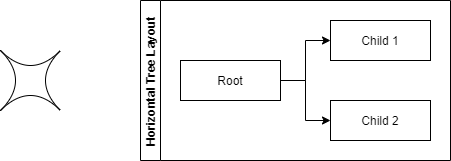
Earlier version of the draw.io export test.drawio.png (Hanochliu323/MyDiagrams). Source tidied: cells renumbered, new cells last; positions are measured from the earlier drawing's top-left corner, leaving out a move shared by most shapes.
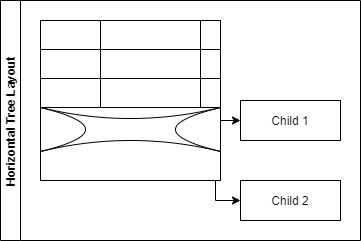
Above is the later version.

The edit, as a diff of the source:
```diff
@@ -2,26 +2,77 @@
   <root>
     <mxCell id="0" />
     <mxCell id="1" parent="0" />
-    <mxCell id="2" style="shape=switch;whiteSpace=wrap;html=1;" parent="1" vertex="1">
-      <mxGeometry y="50" width="60" height="60" as="geometry" />
-    </mxCell>
     <mxCell id="3" value="Horizontal Tree Layout" style="swimlane;startSize=20;horizontal=0;horizontalTree=1;containerType=tree;" parent="1" vertex="1">
-      <mxGeometry x="140" width="310" height="160" as="geometry" />
+      <mxGeometry x="140" width="360" height="240" as="geometry" />
     </mxCell>
     <mxCell id="4" value="Root" style="whiteSpace=wrap;html=1;" parent="3" vertex="1">
-      <mxGeometry x="40" y="60" width="100" height="40" as="geometry" />
+      <mxGeometry x="90" y="140" width="100" height="40" as="geometry" />
     </mxCell>
     <mxCell id="5" value="Child 1" style="whiteSpace=wrap;html=1;" parent="3" vertex="1">
-      <mxGeometry x="190" y="20" width="100" height="40" as="geometry" />
+      <mxGeometry x="240" y="100" width="100" height="40" as="geometry" />
     </mxCell>
     <mxCell id="6" style="edgeStyle=elbowEdgeStyle;elbow=horizontal;html=1;rounded=0;" parent="3" edge="1" source="4" target="5">
       <mxGeometry relative="1" as="geometry" />
     </mxCell>
     <mxCell id="7" value="Child 2" style="whiteSpace=wrap;html=1;" parent="3" vertex="1">
-      <mxGeometry x="190" y="100" width="100" height="40" as="geometry" />
+      <mxGeometry x="240" y="180" width="100" height="40" as="geometry" />
     </mxCell>
     <mxCell id="8" style="edgeStyle=elbowEdgeStyle;elbow=horizontal;html=1;rounded=0;" parent="3" edge="1" source="4" target="7">
       <mxGeometry relative="1" as="geometry" />
     </mxCell>
+    <mxCell id="9" style="shape=table;startSize=0;" parent="3" vertex="1">
+      <mxGeometry x="40" y="20" width="180" height="160" as="geometry" />
+    </mxCell>
+    <mxCell id="10" style="shape=partialRectangle;fillColor=none;top=0;left=0;bottom=0;right=0;" parent="9" vertex="1">
+      <mxGeometry width="180" height="29" as="geometry" />
+    </mxCell>
+    <mxCell id="11" style="shape=partialRectangle;html=1;whiteSpace=wrap;overflow=hidden;fillColor=none;top=0;left=0;bottom=0;right=0;" parent="10" vertex="1">
+      <mxGeometry width="60" height="29" as="geometry" />
+    </mxCell>
+    <mxCell id="12" style="shape=partialRectangle;html=1;whiteSpace=wrap;overflow=hidden;fillColor=none;top=0;left=0;bottom=0;right=0;" parent="10" vertex="1">
+      <mxGeometry x="60" width="100" height="29" as="geometry" />
+    </mxCell>
+    <mxCell id="13" style="shape=partialRectangle;html=1;whiteSpace=wrap;overflow=hidden;fillColor=none;top=0;left=0;bottom=0;right=0;" parent="10" vertex="1">
+      <mxGeometry x="160" width="20" height="29" as="geometry" />
+    </mxCell>
+    <mxCell id="14" style="shape=partialRectangle;fillColor=none;top=0;left=0;bottom=0;right=0;" parent="9" vertex="1">
+      <mxGeometry y="29" width="180" height="29" as="geometry" />
+    </mxCell>
+    <mxCell id="15" style="shape=partialRectangle;html=1;whiteSpace=wrap;overflow=hidden;fillColor=none;top=0;left=0;bottom=0;right=0;" parent="14" vertex="1">
+      <mxGeometry width="60" height="29" as="geometry" />
+    </mxCell>
+    <mxCell id="16" style="shape=partialRectangle;html=1;whiteSpace=wrap;overflow=hidden;fillColor=none;top=0;left=0;bottom=0;right=0;" parent="14" vertex="1">
+      <mxGeometry x="60" width="100" height="29" as="geometry" />
+    </mxCell>
+    <mxCell id="17" style="shape=partialRectangle;html=1;whiteSpace=wrap;overflow=hidden;fillColor=none;top=0;left=0;bottom=0;right=0;" parent="14" vertex="1">
+      <mxGeometry x="160" width="20" height="29" as="geometry" />
+    </mxCell>
+    <mxCell id="18" style="shape=partialRectangle;fillColor=none;top=0;left=0;bottom=0;right=0;" parent="9" vertex="1">
+      <mxGeometry y="58" width="180" height="29" as="geometry" />
+    </mxCell>
+    <mxCell id="19" style="shape=partialRectangle;html=1;whiteSpace=wrap;overflow=hidden;fillColor=none;top=0;left=0;bottom=0;right=0;" parent="18" vertex="1">
+      <mxGeometry width="60" height="29" as="geometry" />
+    </mxCell>
+    <mxCell id="20" style="shape=partialRectangle;html=1;whiteSpace=wrap;overflow=hidden;fillColor=none;top=0;left=0;bottom=0;right=0;" parent="18" vertex="1">
+      <mxGeometry x="60" width="100" height="29" as="geometry" />
+    </mxCell>
+    <mxCell id="21" style="shape=partialRectangle;html=1;whiteSpace=wrap;overflow=hidden;fillColor=none;top=0;left=0;bottom=0;right=0;" parent="18" vertex="1">
+      <mxGeometry x="160" width="20" height="29" as="geometry" />
+    </mxCell>
+    <mxCell id="2" style="shape=switch;whiteSpace=wrap;html=1;" parent="9" vertex="1">
+      <mxGeometry y="87" width="180" height="44" as="geometry" />
+    </mxCell>
+    <mxCell id="22" style="shape=partialRectangle;fillColor=none;top=0;left=0;bottom=0;right=0;" parent="9" vertex="1">
+      <mxGeometry y="131" width="180" height="29" as="geometry" />
+    </mxCell>
+    <mxCell id="23" style="shape=partialRectangle;html=1;whiteSpace=wrap;overflow=hidden;fillColor=none;top=0;left=0;bottom=0;right=0;" parent="22" vertex="1">
+      <mxGeometry width="60" height="29" as="geometry" />
+    </mxCell>
+    <mxCell id="24" style="shape=partialRectangle;html=1;whiteSpace=wrap;overflow=hidden;fillColor=none;top=0;left=0;bottom=0;right=0;" parent="22" vertex="1">
+      <mxGeometry x="60" width="100" height="29" as="geometry" />
+    </mxCell>
+    <mxCell id="25" style="shape=partialRectangle;html=1;whiteSpace=wrap;overflow=hidden;fillColor=none;top=0;left=0;bottom=0;right=0;" parent="22" vertex="1">
+      <mxGeometry x="160" width="20" height="29" as="geometry" />
+    </mxCell>
   </root>
 </mxGraphModel>
```
